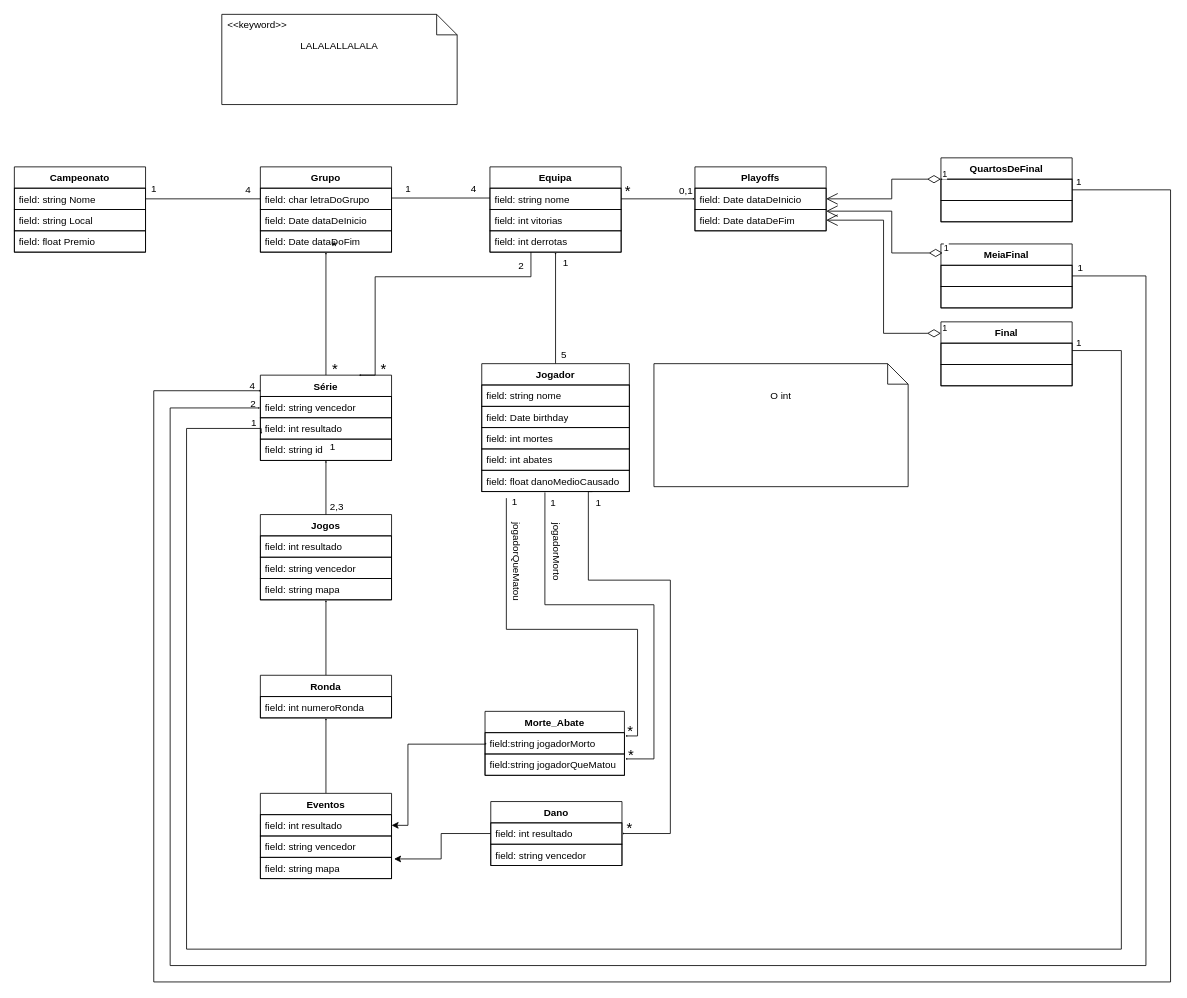
The draw.io diagram CampeonatoCS.drawio in esperaumbocado/Project_BD, before the edit. Source tidied: cells renumbered, new cells numbered last; positions are measured from the earlier drawing's top-left corner, leaving out a move shared by most shapes. Both pictures are drawn from the tidied source at 82%, with x=0, y=0 at pixel (14, 14).
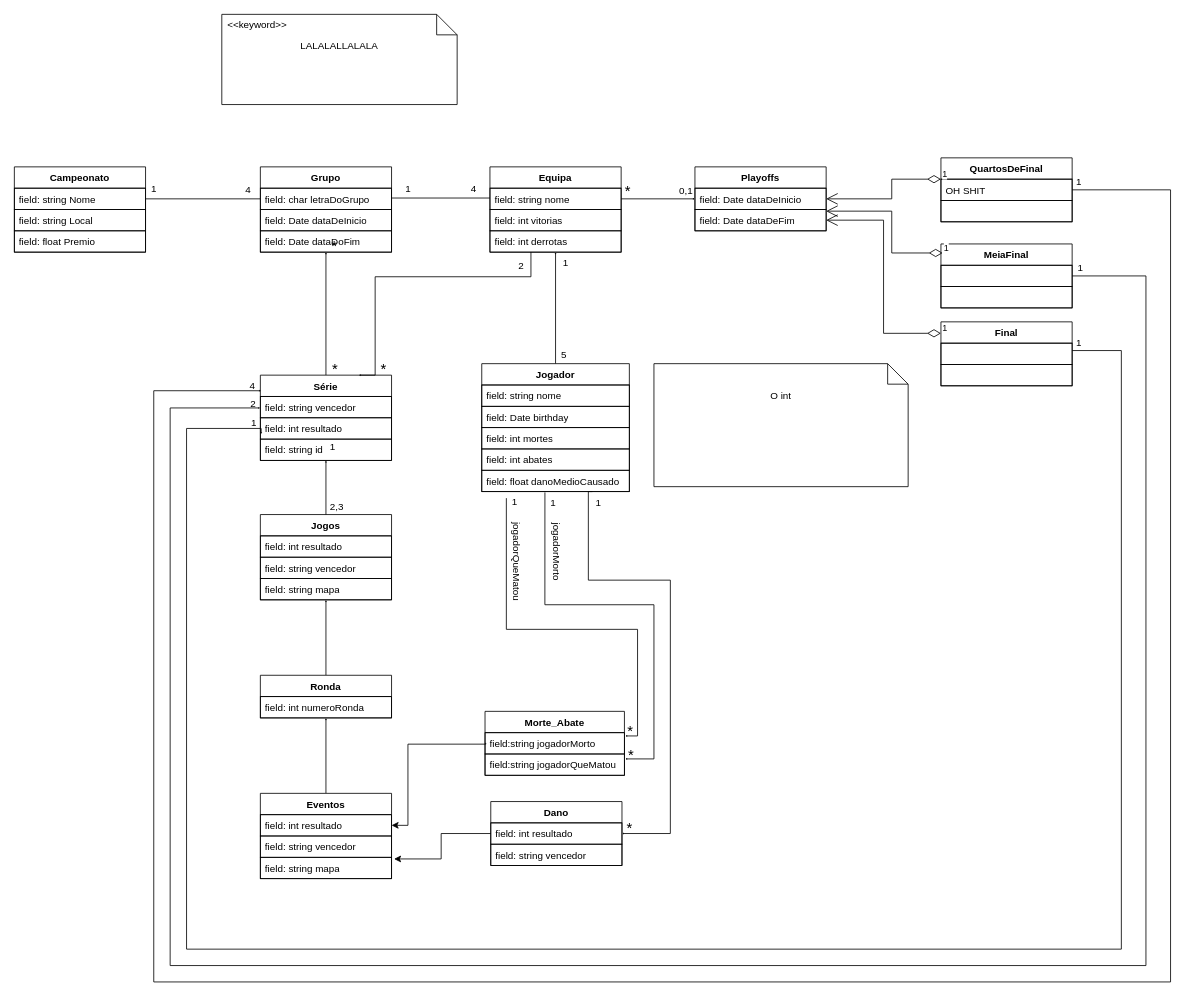
After the change.

The change refers to these unchanged cells:
```xml
<mxCell id="49" value="QuartosDeFinal" style="swimlane;fontStyle=1;align=center;verticalAlign=top;horizontal=1;startSize=26;whiteSpace=wrap;html=1;" parent="1" vertex="1">
  <mxGeometry x="1130" y="175" width="160" height="78" as="geometry" />
</mxCell>
```

What changed in the source:
```diff
@@
-    <mxCell id="50" style="text;strokeColor=default;fillColor=none;align=left;verticalAlign=top;spacingLeft=4;spacingRight=4;overflow=hidden;points=[[0,0.5],[1,0.5]];portConstraint=eastwest;whiteSpace=wrap;html=1;" parent="49" vertex="1">
+    <mxCell id="50" value="OH SHIT" style="text;strokeColor=default;fillColor=none;align=left;verticalAlign=top;spacingLeft=4;spacingRight=4;overflow=hidden;points=[[0,0.5],[1,0.5]];portConstraint=eastwest;whiteSpace=wrap;html=1;" parent="49" vertex="1">
       <mxGeometry y="26" width="160" height="26" as="geometry" />
     </mxCell>
```
